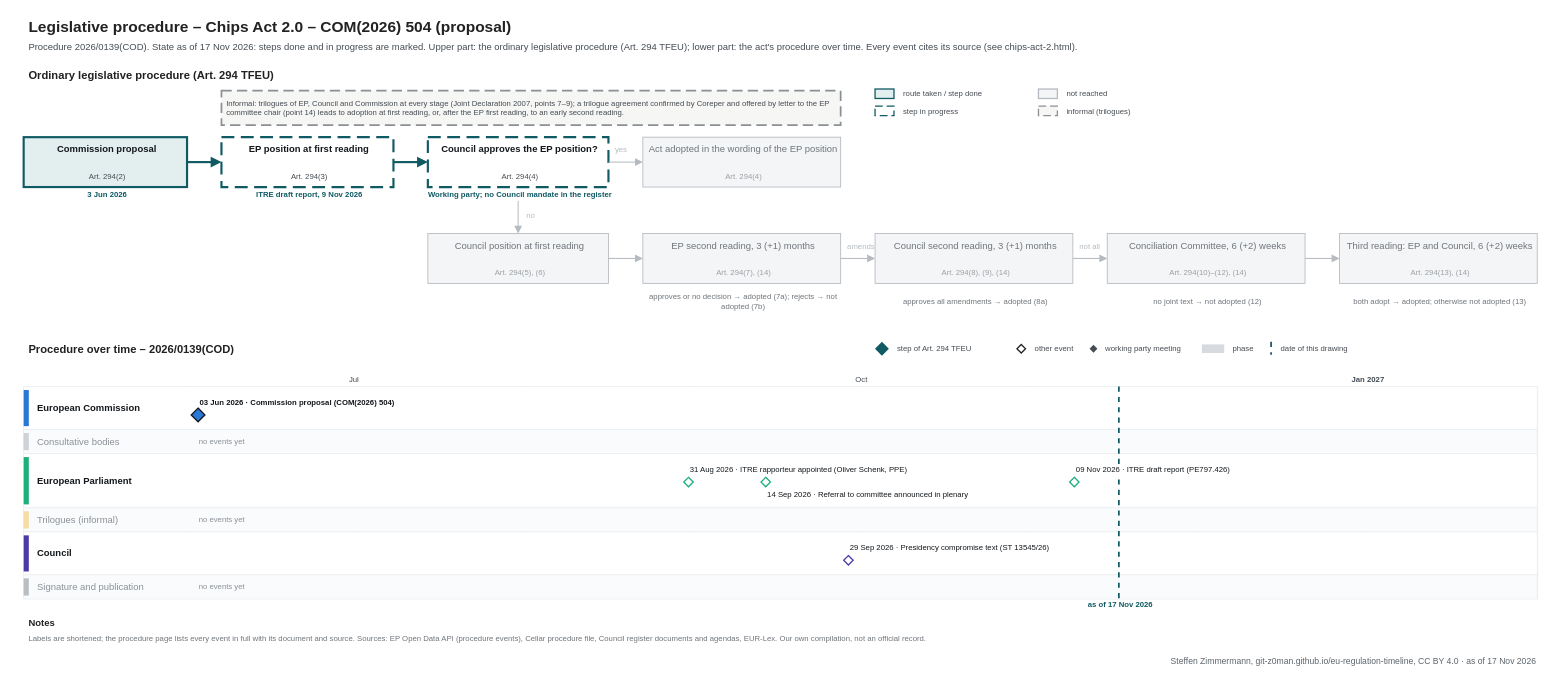
Above: procedures/chips-act-2.drawio in git-z0man/eu-regulation-timeline (draw.io), before the change. Source tidied: cells renumbered, new cells numbered last; positions are measured from the earlier drawing's top-left corner, leaving out a move shared by most shapes. Both pictures are drawn from the tidied source at 86%, with x=0, y=0 at pixel (15, 15).
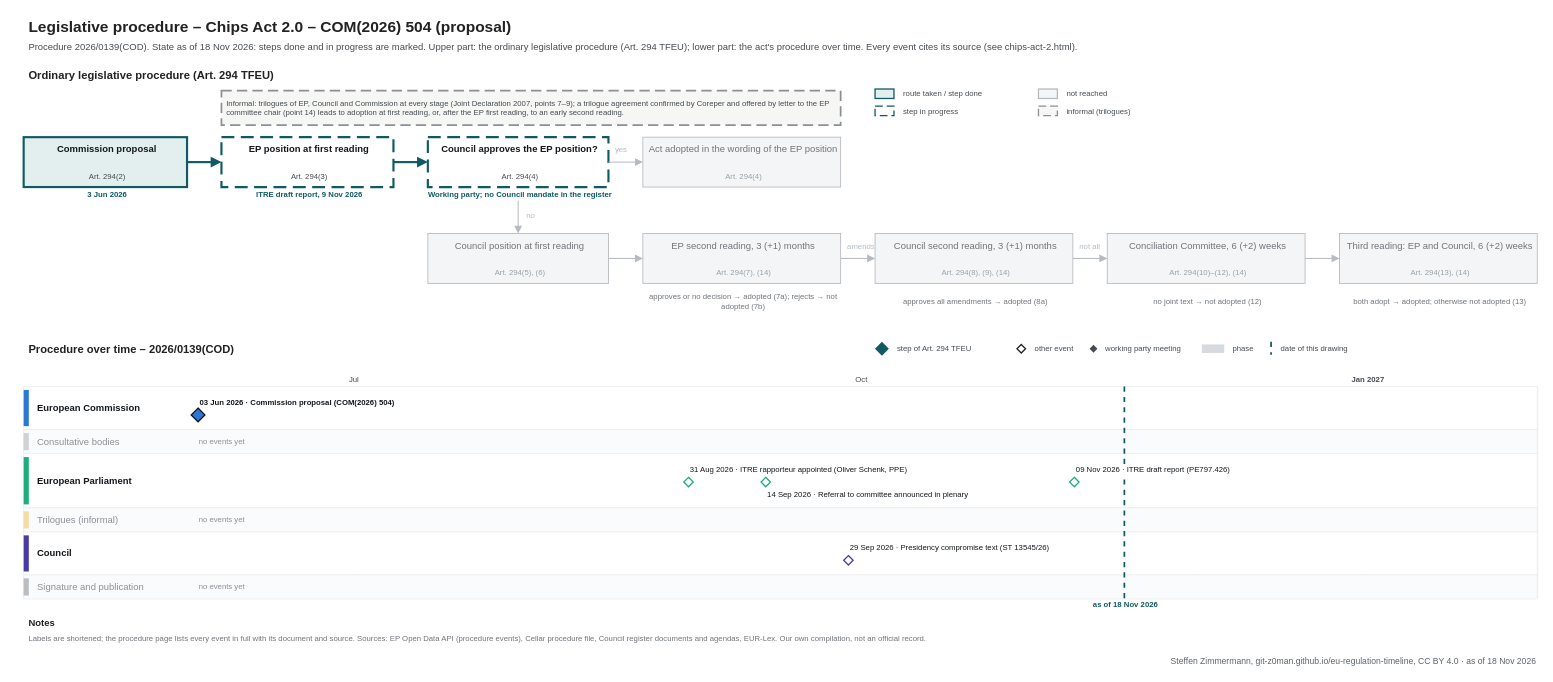
After the change.

The edit, as a diff of the source:
```diff
@@
-    <mxCell id="3" value="Procedure 2026/0139(COD). State as of 17 Nov 2026: steps done and in progress are marked. Upper part: the ordinary legislative procedure (Art. 294 TFEU); lower part: the act's procedure over time. Every event cites its source (see chips-act-2.html)." style="text;html=1;fontSize=11;fontColor=#454c53;align=left;verticalAlign=middle;spacingLeft=4;" parent="1" vertex="1">
+    <mxCell id="3" value="Procedure 2026/0139(COD). State as of 18 Nov 2026: steps done and in progress are marked. Upper part: the ordinary legislative procedure (Art. 294 TFEU); lower part: the act's procedure over time. Every event cites its source (see chips-act-2.html)." style="text;html=1;fontSize=11;fontColor=#454c53;align=left;verticalAlign=middle;spacingLeft=4;" parent="1" vertex="1">
       <mxGeometry x="10" y="28" width="1700" height="18" as="geometry" />
     </mxCell>
@@
     <mxCell id="105" style="line;html=1;strokeWidth=2;strokeColor=#0f5a63;direction=south;dashed=1;" parent="1" vertex="1">
-      <mxGeometry x="1283" y="432" width="1" height="247" as="geometry" />
+      <mxGeometry x="1289.4" y="432" width="1" height="247" as="geometry" />
     </mxCell>
-    <mxCell id="106" value="as of 17 Nov 2026" style="text;html=1;fontSize=9;fontColor=#0f5a63;align=center;verticalAlign=middle;spacingLeft=4;fontStyle=1;" parent="1" vertex="1">
-      <mxGeometry x="1223" y="680" width="120" height="12" as="geometry" />
+    <mxCell id="106" value="as of 18 Nov 2026" style="text;html=1;fontSize=9;fontColor=#0f5a63;align=center;verticalAlign=middle;spacingLeft=4;fontStyle=1;" parent="1" vertex="1">
+      <mxGeometry x="1229.4" y="680" width="120" height="12" as="geometry" />
     </mxCell>
@@
-    <mxCell id="119" value="Steffen Zimmermann, git-z0man.github.io/eu-regulation-timeline, CC BY 4.0 · as of 17 Nov 2026" style="text;html=1;fontSize=10;fontColor=#5b646b;align=right;verticalAlign=middle;spacingLeft=4;" parent="1" vertex="1">
+    <mxCell id="119" value="Steffen Zimmermann, git-z0man.github.io/eu-regulation-timeline, CC BY 4.0 · as of 18 Nov 2026" style="text;html=1;fontSize=10;fontColor=#5b646b;align=right;verticalAlign=middle;spacingLeft=4;" parent="1" vertex="1">
       <mxGeometry x="10" y="743" width="1760" height="16" as="geometry" />
     </mxCell>
```
